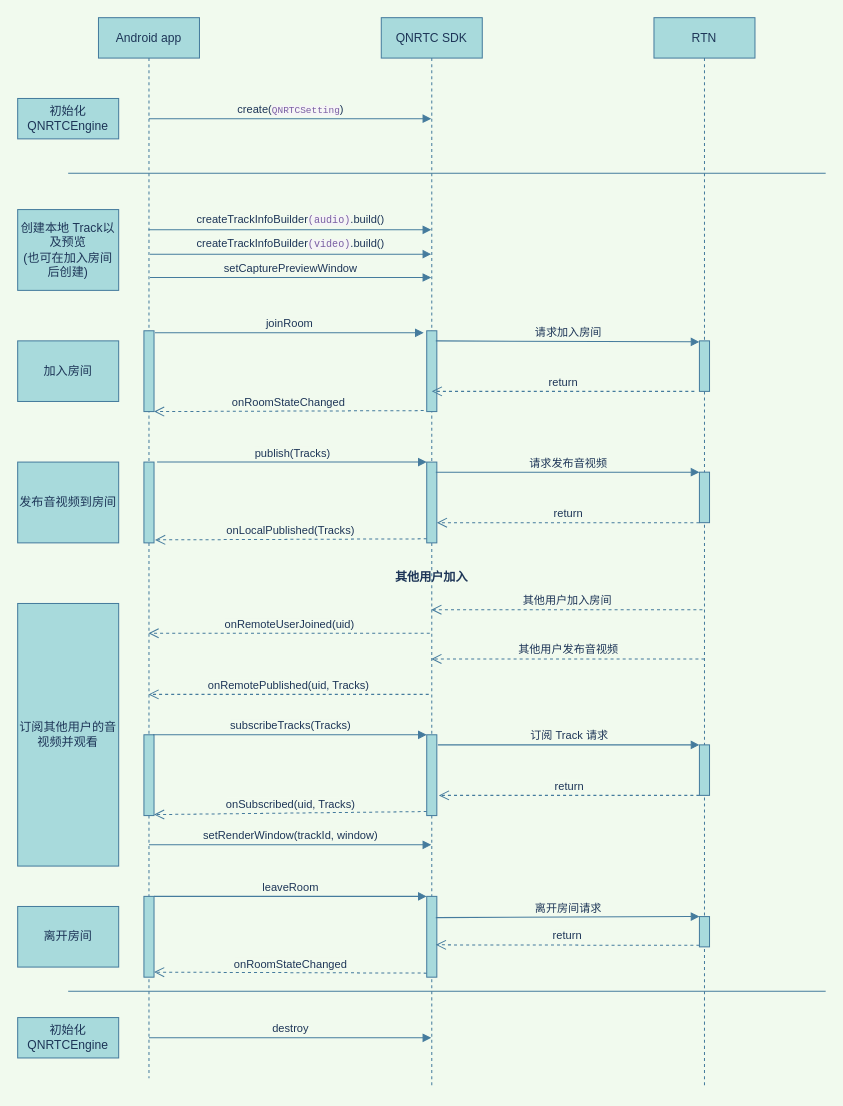
Before: qnrtc_old.drawio in chenqian-dev/qiniu, a draw.io diagram. Source tidied: cells renumbered, new cells numbered last; positions are measured from the earlier drawing's top-left corner, leaving out a move shared by most shapes. Both pictures are drawn from the tidied source at 101%, with x=0, y=0 at pixel (17, 17).
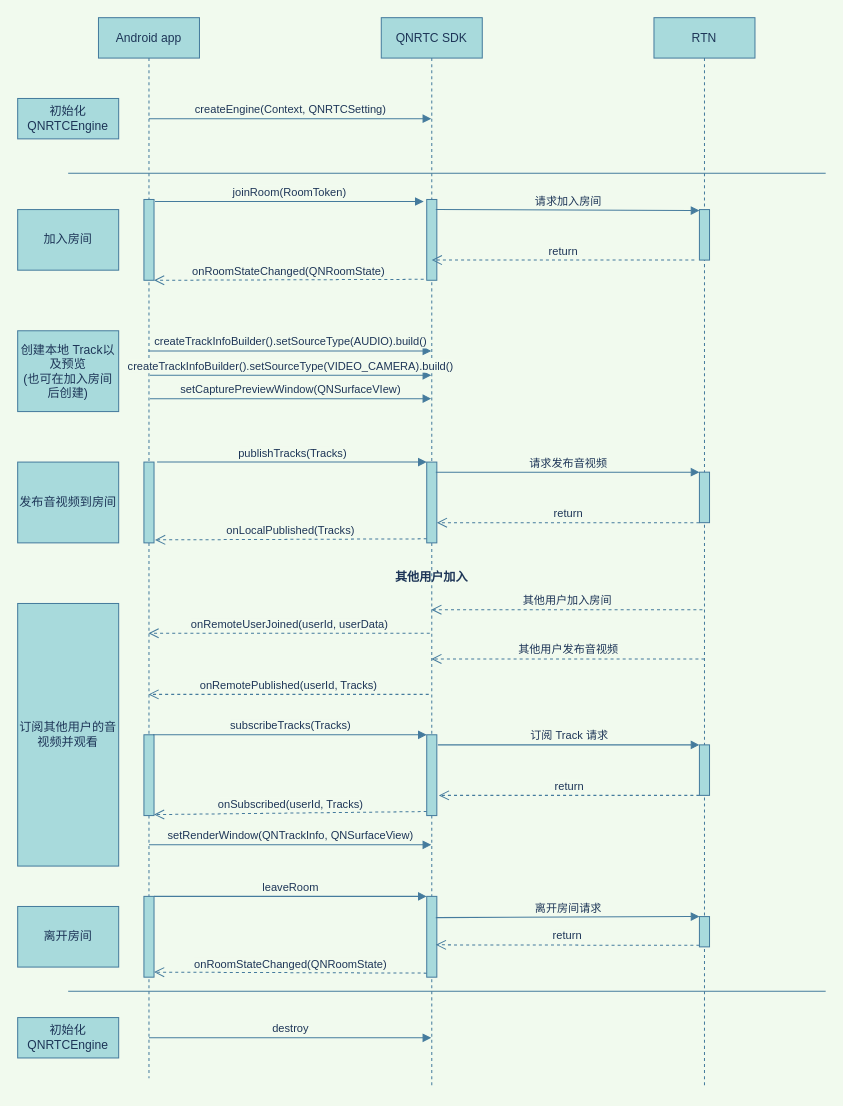
The same page after the edit.

The change refers to these unchanged cells:
```xml
<mxCell id="2" value="Android app" style="shape=umlLifeline;perimeter=lifelinePerimeter;shadow=0;strokeWidth=1;fillColor=#A8DADC;strokeColor=#457B9D;fontColor=#1D3557;" parent="1" vertex="1">
  <mxGeometry x="80" width="100" height="1050" as="geometry" />
</mxCell>
<mxCell id="6" style="html=1;points=[];perimeter=orthogonalPerimeter;fillColor=#A8DADC;strokeColor=#457B9D;fontColor=#1D3557;" parent="2" vertex="1">
  <mxGeometry x="45" y="440" width="10" height="80" as="geometry" />
</mxCell>
<mxCell id="7" style="html=1;points=[];perimeter=orthogonalPerimeter;fillColor=#A8DADC;strokeColor=#457B9D;fontColor=#1D3557;" parent="2" vertex="1">
  <mxGeometry x="45" y="710" width="10" height="80" as="geometry" />
</mxCell>
<mxCell id="9" value="QNRTC SDK" style="shape=umlLifeline;perimeter=lifelinePerimeter;shadow=0;strokeWidth=1;fillColor=#A8DADC;strokeColor=#457B9D;fontColor=#1D3557;" parent="1" vertex="1">
  <mxGeometry x="360" width="100" height="1060" as="geometry" />
</mxCell>
<mxCell id="12" style="html=1;points=[];perimeter=orthogonalPerimeter;fillColor=#A8DADC;strokeColor=#457B9D;fontColor=#1D3557;" parent="9" vertex="1">
  <mxGeometry x="45" y="440" width="10" height="80" as="geometry" />
</mxCell>
<mxCell id="13" style="html=1;points=[];perimeter=orthogonalPerimeter;fillColor=#A8DADC;strokeColor=#457B9D;fontColor=#1D3557;" parent="9" vertex="1">
  <mxGeometry x="45" y="710" width="10" height="80" as="geometry" />
</mxCell>
<mxCell id="14" style="html=1;points=[];perimeter=orthogonalPerimeter;fillColor=#A8DADC;strokeColor=#457B9D;fontColor=#1D3557;" parent="9" vertex="1">
  <mxGeometry x="45" y="870" width="10" height="80" as="geometry" />
</mxCell>
<mxCell id="15" value="RTN" style="shape=umlLifeline;perimeter=lifelinePerimeter;shadow=0;strokeWidth=1;fillColor=#A8DADC;strokeColor=#457B9D;fontColor=#1D3557;" parent="1" vertex="1">
  <mxGeometry x="630" width="100" height="1060" as="geometry" />
</mxCell>
```

Change to the diagram source:
```diff
@@
-    <mxCell id="3" value="create(&lt;span style=&quot;color: rgb(121 , 93 , 163) ; background-color: rgb(245 , 245 , 245) ; font-family: &amp;#34;consolas&amp;#34; , &amp;#34;liberation mono&amp;#34; , &amp;#34;menlo&amp;#34; , &amp;#34;courier&amp;#34; , monospace ; font-size: 0.85em ; text-align: left&quot;&gt;QNRTCSetting&lt;/span&gt;)" style="html=1;verticalAlign=bottom;endArrow=block;strokeColor=#457B9D;fontColor=#1D3557;labelBackgroundColor=#F1FAEE;" parent="2" edge="1" target="9">
+    <mxCell id="3" value="createEngine(Context, QNRTCSetting)" style="html=1;verticalAlign=bottom;endArrow=block;strokeColor=#457B9D;fontColor=#1D3557;labelBackgroundColor=#F1FAEE;" parent="2" edge="1" target="9">
       <mxGeometry relative="1" as="geometry">
         <mxPoint x="50" y="100" as="sourcePoint" />
       </mxGeometry>
     </mxCell>
@@
     <mxCell id="5" style="html=1;points=[];perimeter=orthogonalPerimeter;fillColor=#A8DADC;strokeColor=#457B9D;fontColor=#1D3557;" parent="2" vertex="1">
-      <mxGeometry x="45" y="310" width="10" height="80" as="geometry" />
+      <mxGeometry x="45" y="180" width="10" height="80" as="geometry" />
     </mxCell>
@@
     <mxCell id="11" style="html=1;points=[];perimeter=orthogonalPerimeter;fillColor=#A8DADC;strokeColor=#457B9D;fontColor=#1D3557;" parent="9" vertex="1">
-      <mxGeometry x="45" y="310" width="10" height="80" as="geometry" />
+      <mxGeometry x="45" y="180" width="10" height="80" as="geometry" />
     </mxCell>
@@
     <mxCell id="16" style="html=1;points=[];perimeter=orthogonalPerimeter;fillColor=#A8DADC;strokeColor=#457B9D;fontColor=#1D3557;" parent="15" vertex="1">
-      <mxGeometry x="45" y="320" width="10" height="50" as="geometry" />
+      <mxGeometry x="45" y="190" width="10" height="50" as="geometry" />
     </mxCell>
@@
     <mxCell id="22" value="创建本地 Track以及预览&lt;br&gt;(也可在加入房间后创建)" style="whiteSpace=wrap;html=1;fillColor=#A8DADC;strokeColor=#457B9D;fontColor=#1D3557;" parent="1" vertex="1">
-      <mxGeometry y="190" width="100" height="80" as="geometry" />
+      <mxGeometry y="310" width="100" height="80" as="geometry" />
     </mxCell>
-    <mxCell id="23" value="&lt;div style=&quot;text-align: left&quot;&gt;createTrackInfoBuilder&lt;font color=&quot;#795da3&quot; face=&quot;consolas, liberation mono, menlo, courier, monospace&quot; size=&quot;1&quot;&gt;&lt;span style=&quot;background-color: rgb(245 , 245 , 245)&quot;&gt;(audio)&lt;/span&gt;&lt;/font&gt;.build()&lt;/div&gt;" style="html=1;verticalAlign=bottom;endArrow=block;strokeColor=#457B9D;fontColor=#1D3557;labelBackgroundColor=#F1FAEE;" parent="1" edge="1" source="2" target="9">
+    <mxCell id="23" value="&lt;div style=&quot;text-align: left&quot;&gt;createTrackInfoBuilder().setSourceType(AUDIO).build()&lt;/div&gt;" style="html=1;verticalAlign=bottom;endArrow=block;strokeColor=#457B9D;fontColor=#1D3557;labelBackgroundColor=#F1FAEE;" parent="1" edge="1">
       <mxGeometry relative="1" as="geometry">
+        <mxPoint x="129.5" y="330" as="sourcePoint" />
+        <mxPoint x="409.5" y="330" as="targetPoint" />
         <Array as="points">
-          <mxPoint x="390" y="210" />
+          <mxPoint x="390" y="330" />
         </Array>
       </mxGeometry>
     </mxCell>
-    <mxCell id="24" value="&lt;span style=&quot;text-align: left&quot;&gt;createTrackInfoBuilder&lt;/span&gt;&lt;font color=&quot;#795da3&quot; face=&quot;consolas, liberation mono, menlo, courier, monospace&quot; size=&quot;1&quot; style=&quot;text-align: left&quot;&gt;&lt;span style=&quot;background-color: rgb(245 , 245 , 245)&quot;&gt;(video)&lt;/span&gt;&lt;/font&gt;&lt;span style=&quot;text-align: left&quot;&gt;.build()&lt;/span&gt;" style="html=1;verticalAlign=bottom;endArrow=block;exitX=0.51;exitY=0.223;exitDx=0;exitDy=0;exitPerimeter=0;strokeColor=#457B9D;fontColor=#1D3557;labelBackgroundColor=#F1FAEE;" parent="1" edge="1" source="2" target="9">
-      <mxGeometry relative="1" as="geometry" />
+    <mxCell id="24" value="&lt;span style=&quot;text-align: left&quot;&gt;createTrackInfoBuilder().setSourceType(VIDEO_CAMERA)&lt;/span&gt;&lt;span style=&quot;text-align: left&quot;&gt;.build()&lt;/span&gt;" style="html=1;verticalAlign=bottom;endArrow=block;exitX=0.51;exitY=0.223;exitDx=0;exitDy=0;exitPerimeter=0;strokeColor=#457B9D;fontColor=#1D3557;labelBackgroundColor=#F1FAEE;" parent="1" edge="1">
+      <mxGeometry relative="1" as="geometry">
+        <mxPoint x="131" y="354.1" as="sourcePoint" />
+        <mxPoint x="409.5" y="354.1" as="targetPoint" />
+      </mxGeometry>
     </mxCell>
     <mxCell id="25" value="加入房间" style="whiteSpace=wrap;html=1;fillColor=#A8DADC;strokeColor=#457B9D;fontColor=#1D3557;" parent="1" vertex="1">
-      <mxGeometry y="320" width="100" height="60" as="geometry" />
+      <mxGeometry y="190" width="100" height="60" as="geometry" />
     </mxCell>
-    <mxCell id="26" value="onRoomStateChanged" style="html=1;verticalAlign=bottom;endArrow=open;dashed=1;endSize=8;exitX=-0.3;exitY=0.988;exitDx=0;exitDy=0;exitPerimeter=0;entryX=1;entryY=1;entryDx=0;entryDy=0;entryPerimeter=0;strokeColor=#457B9D;fontColor=#1D3557;labelBackgroundColor=#F1FAEE;" parent="1" edge="1" source="11" target="5">
+    <mxCell id="26" value="onRoomStateChanged(QNRoomState)" style="html=1;verticalAlign=bottom;endArrow=open;dashed=1;endSize=8;exitX=-0.3;exitY=0.988;exitDx=0;exitDy=0;exitPerimeter=0;entryX=1;entryY=1;entryDx=0;entryDy=0;entryPerimeter=0;strokeColor=#457B9D;fontColor=#1D3557;labelBackgroundColor=#F1FAEE;" parent="1" edge="1" source="11" target="5">
       <mxGeometry relative="1" as="geometry" />
     </mxCell>
@@
-    <mxCell id="30" value="onRemoteUserJoined(uid)" style="html=1;verticalAlign=bottom;endArrow=open;dashed=1;endSize=8;exitX=0.48;exitY=0.575;exitDx=0;exitDy=0;exitPerimeter=0;strokeColor=#457B9D;fontColor=#1D3557;labelBackgroundColor=#F1FAEE;" parent="1" edge="1" source="9" target="2">
+    <mxCell id="30" value="onRemoteUserJoined(userId, userData)" style="html=1;verticalAlign=bottom;endArrow=open;dashed=1;endSize=8;exitX=0.48;exitY=0.575;exitDx=0;exitDy=0;exitPerimeter=0;strokeColor=#457B9D;fontColor=#1D3557;labelBackgroundColor=#F1FAEE;" parent="1" edge="1" source="9" target="2">
       <mxGeometry relative="1" as="geometry" />
     </mxCell>
@@
-    <mxCell id="32" value="onRemotePublished(uid, Tracks)" style="html=1;verticalAlign=bottom;endArrow=open;dashed=1;endSize=8;strokeColor=#457B9D;fontColor=#1D3557;labelBackgroundColor=#F1FAEE;" parent="1" edge="1" target="2">
+    <mxCell id="32" value="onRemotePublished(userId, Tracks)" style="html=1;verticalAlign=bottom;endArrow=open;dashed=1;endSize=8;strokeColor=#457B9D;fontColor=#1D3557;labelBackgroundColor=#F1FAEE;" parent="1" edge="1" target="2">
       <mxGeometry relative="1" as="geometry">
         <mxPoint x="407" y="670" as="sourcePoint" />
       </mxGeometry>
     </mxCell>
@@
-    <mxCell id="34" value="setCapturePreviewWindow" style="html=1;verticalAlign=bottom;endArrow=block;exitX=0.51;exitY=0.245;exitDx=0;exitDy=0;exitPerimeter=0;strokeColor=#457B9D;fontColor=#1D3557;labelBackgroundColor=#F1FAEE;" parent="1" edge="1" source="2" target="9">
-      <mxGeometry relative="1" as="geometry" />
+    <mxCell id="34" value="setCapturePreviewWindow(QNSurfaceVIew)" style="html=1;verticalAlign=bottom;endArrow=block;exitX=0.51;exitY=0.245;exitDx=0;exitDy=0;exitPerimeter=0;strokeColor=#457B9D;fontColor=#1D3557;labelBackgroundColor=#F1FAEE;" parent="1" edge="1">
+      <mxGeometry relative="1" as="geometry">
+        <mxPoint x="131" y="377.2" as="sourcePoint" />
+        <mxPoint x="409.5" y="377.2" as="targetPoint" />
+      </mxGeometry>
     </mxCell>
-    <mxCell id="35" value="joinRoom" style="html=1;verticalAlign=bottom;endArrow=block;exitX=1.1;exitY=0.025;exitDx=0;exitDy=0;exitPerimeter=0;strokeColor=#457B9D;fontColor=#1D3557;labelBackgroundColor=#F1FAEE;" parent="1" edge="1" source="5">
+    <mxCell id="35" value="joinRoom(RoomToken)" style="html=1;verticalAlign=bottom;endArrow=block;exitX=1.1;exitY=0.025;exitDx=0;exitDy=0;exitPerimeter=0;strokeColor=#457B9D;fontColor=#1D3557;labelBackgroundColor=#F1FAEE;" parent="1" edge="1" source="5">
       <mxGeometry relative="1" as="geometry">
-        <mxPoint x="402" y="312" as="targetPoint" />
+        <mxPoint x="402" y="182" as="targetPoint" />
       </mxGeometry>
     </mxCell>
@@
-    <mxCell id="37" value="setRenderWindow(trackId, window)" style="html=1;verticalAlign=bottom;endArrow=block;exitX=0.5;exitY=0.78;exitDx=0;exitDy=0;exitPerimeter=0;strokeColor=#457B9D;fontColor=#1D3557;labelBackgroundColor=#F1FAEE;" parent="1" edge="1" source="2" target="9">
+    <mxCell id="37" value="setRenderWindow(QNTrackInfo, QNSurfaceView)" style="html=1;verticalAlign=bottom;endArrow=block;exitX=0.5;exitY=0.78;exitDx=0;exitDy=0;exitPerimeter=0;strokeColor=#457B9D;fontColor=#1D3557;labelBackgroundColor=#F1FAEE;" parent="1" edge="1" source="2" target="9">
       <mxGeometry relative="1" as="geometry" />
     </mxCell>
@@
     <mxCell id="40" value="return" style="html=1;verticalAlign=bottom;endArrow=open;dashed=1;endSize=8;strokeColor=#457B9D;fontColor=#1D3557;labelBackgroundColor=#F1FAEE;" parent="1" edge="1">
       <mxGeometry relative="1" as="geometry">
-        <mxPoint x="670" y="370" as="sourcePoint" />
-        <mxPoint x="410" y="370" as="targetPoint" />
+        <mxPoint x="670" y="240" as="sourcePoint" />
+        <mxPoint x="410" y="240" as="targetPoint" />
       </mxGeometry>
     </mxCell>
-    <mxCell id="41" value="publish(Tracks)" style="html=1;verticalAlign=bottom;endArrow=block;entryX=0;entryY=0;exitX=1.3;exitY=0;exitDx=0;exitDy=0;exitPerimeter=0;strokeColor=#457B9D;fontColor=#1D3557;labelBackgroundColor=#F1FAEE;" parent="1" edge="1" source="6" target="12">
+    <mxCell id="41" value="publishTracks(Tracks)" style="html=1;verticalAlign=bottom;endArrow=block;entryX=0;entryY=0;exitX=1.3;exitY=0;exitDx=0;exitDy=0;exitPerimeter=0;strokeColor=#457B9D;fontColor=#1D3557;labelBackgroundColor=#F1FAEE;" parent="1" edge="1" source="6" target="12">
       <mxGeometry relative="1" as="geometry" />
     </mxCell>
@@
-    <mxCell id="46" value="onSubscribed(uid, Tracks)" style="html=1;verticalAlign=bottom;endArrow=open;dashed=1;endSize=8;exitX=0;exitY=0.95;entryX=1;entryY=0.988;entryDx=0;entryDy=0;entryPerimeter=0;strokeColor=#457B9D;fontColor=#1D3557;labelBackgroundColor=#F1FAEE;" parent="1" edge="1" source="13" target="7">
+    <mxCell id="46" value="onSubscribed(userId, Tracks)" style="html=1;verticalAlign=bottom;endArrow=open;dashed=1;endSize=8;exitX=0;exitY=0.95;entryX=1;entryY=0.988;entryDx=0;entryDy=0;entryPerimeter=0;strokeColor=#457B9D;fontColor=#1D3557;labelBackgroundColor=#F1FAEE;" parent="1" edge="1" source="13" target="7">
       <mxGeometry relative="1" as="geometry" />
     </mxCell>
@@
-    <mxCell id="50" value="onRoomStateChanged" style="html=1;verticalAlign=bottom;endArrow=open;dashed=1;endSize=8;exitX=0;exitY=0.95;strokeColor=#457B9D;fontColor=#1D3557;labelBackgroundColor=#F1FAEE;" parent="1" edge="1" source="14">
+    <mxCell id="50" value="onRoomStateChanged(QNRoomState)" style="html=1;verticalAlign=bottom;endArrow=open;dashed=1;endSize=8;exitX=0;exitY=0.95;strokeColor=#457B9D;fontColor=#1D3557;labelBackgroundColor=#F1FAEE;" parent="1" edge="1" source="14">
       <mxGeometry relative="1" as="geometry">
         <mxPoint x="135" y="945" as="targetPoint" />
       </mxGeometry>
     </mxCell>
```
